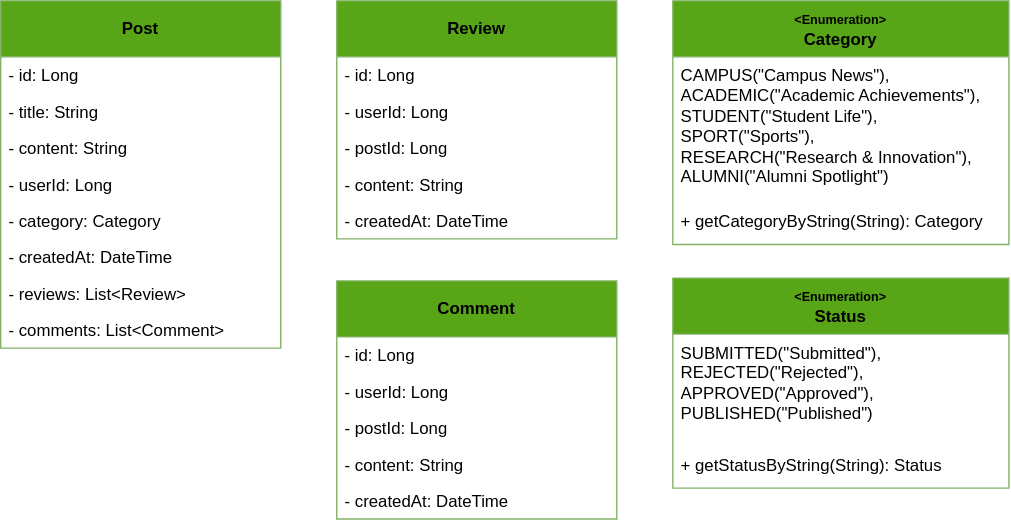
Above: architecture/entities.drawio.svg in pxlit-projects/project-Su-zenGeurtsPXL-1 (draw.io), before the change. Source tidied: cells renumbered, new cells last; positions are measured from the earlier drawing's top-left corner, leaving out a move shared by most shapes.
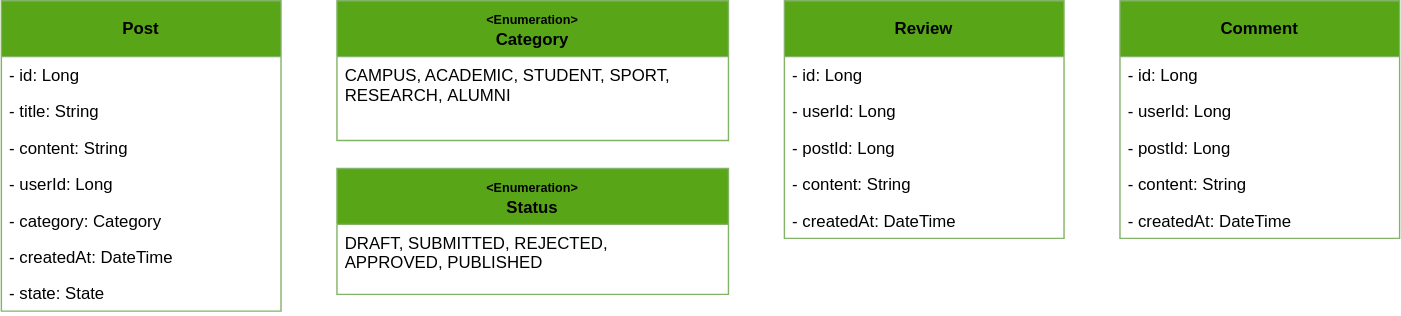
Above is the later version.

Commit message:
[SETUP] #3 Updated entities

What changed in the source:
```diff
@@ -3,7 +3,7 @@
     <mxCell id="0" />
     <mxCell id="1" parent="0" />
     <mxCell id="2" value="&lt;b&gt;Post&lt;/b&gt;" style="swimlane;fontStyle=0;horizontal=1;startSize=40;whiteSpace=wrap;html=1;fillColor=#58a518;strokeColor=#82b366;" parent="1" vertex="1">
-      <mxGeometry width="200" height="248" as="geometry" />
+      <mxGeometry width="200" height="222" as="geometry" />
     </mxCell>
     <mxCell id="3" value="- id: Long" style="text;align=left;verticalAlign=top;spacingLeft=4;spacingRight=4;overflow=hidden;whiteSpace=wrap;html=1;fillColor=none;" parent="2" vertex="1">
       <mxGeometry y="40" width="200" height="26" as="geometry" />
@@ -23,23 +23,17 @@
     <mxCell id="8" value="- createdAt: DateTime" style="text;align=left;verticalAlign=top;spacingLeft=4;spacingRight=4;overflow=hidden;whiteSpace=wrap;html=1;fillColor=none;" parent="2" vertex="1">
       <mxGeometry y="170" width="200" height="26" as="geometry" />
     </mxCell>
-    <mxCell id="9" value="- reviews: List&amp;lt;Review&amp;gt;" style="text;align=left;verticalAlign=top;spacingLeft=4;spacingRight=4;overflow=hidden;whiteSpace=wrap;html=1;fillColor=none;" parent="2" vertex="1">
-      <mxGeometry y="196" width="200" height="26" as="geometry" />
-    </mxCell>
-    <mxCell id="10" value="- comments: List&amp;lt;Comment&amp;gt;" style="text;align=left;verticalAlign=top;spacingLeft=4;spacingRight=4;overflow=hidden;whiteSpace=wrap;html=1;fillColor=none;" parent="2" vertex="1">
-      <mxGeometry y="222" width="200" height="26" as="geometry" />
-    </mxCell>
+    <mxCell id="29" value="- state: State" style="text;align=left;verticalAlign=top;spacingLeft=4;spacingRight=4;overflow=hidden;whiteSpace=wrap;html=1;fillColor=none;" parent="2" vertex="1">
+      <mxGeometry y="196" width="200" height="26" as="geometry" />
+    </mxCell>
     <mxCell id="11" value="&lt;div&gt;&lt;b&gt;&lt;font style=&quot;font-size: 9px;&quot;&gt;&amp;lt;Enumeration&amp;gt;&lt;/font&gt;&lt;/b&gt;&lt;/div&gt;&lt;b&gt;Category&lt;/b&gt;" style="swimlane;fontStyle=0;horizontal=1;startSize=40;whiteSpace=wrap;html=1;fillColor=#58A518;strokeColor=#82b366;" parent="1" vertex="1">
-      <mxGeometry x="480" width="240" height="174" as="geometry" />
+      <mxGeometry x="240" width="280" height="100" as="geometry" />
     </mxCell>
-    <mxCell id="12" value="CAMPUS(&quot;Campus News&quot;), ACADEMIC(&quot;Academic Achievements&quot;),&amp;nbsp;&lt;br&gt;STUDENT(&quot;Student Life&quot;),&lt;br&gt;SPORT(&quot;Sports&quot;),&lt;br&gt;RESEARCH(&quot;Research &amp;amp; Innovation&quot;),&lt;br&gt;&lt;div&gt;ALUMNI(&quot;Alumni Spotlight&quot;)&lt;/div&gt;" style="text;align=left;verticalAlign=top;spacingLeft=4;spacingRight=4;overflow=hidden;whiteSpace=wrap;html=1;fillColor=none;" parent="11" vertex="1">
-      <mxGeometry y="40" width="240" height="104" as="geometry" />
+    <mxCell id="12" value="CAMPUS, ACADEMIC,&amp;nbsp;STUDENT,&amp;nbsp;SPORT,&lt;br&gt;RESEARCH,&amp;nbsp;&lt;span style=&quot;background-color: initial;&quot;&gt;ALUMNI&lt;/span&gt;" style="text;align=left;verticalAlign=top;spacingLeft=4;spacingRight=4;overflow=hidden;whiteSpace=wrap;html=1;fillColor=none;" parent="11" vertex="1">
+      <mxGeometry y="40" width="280" height="60" as="geometry" />
     </mxCell>
-    <mxCell id="13" value="+ getCategoryByString(String): Category" style="text;align=left;verticalAlign=top;spacingLeft=4;spacingRight=4;overflow=hidden;whiteSpace=wrap;html=1;fillColor=none;" parent="11" vertex="1">
-      <mxGeometry y="144" width="240" height="30" as="geometry" />
-    </mxCell>
     <mxCell id="14" value="&lt;b&gt;Review&lt;/b&gt;" style="swimlane;fontStyle=0;horizontal=1;startSize=40;whiteSpace=wrap;html=1;fillColor=#58A518;strokeColor=#82b366;" parent="1" vertex="1">
-      <mxGeometry x="240" width="200" height="170" as="geometry" />
+      <mxGeometry x="560" width="200" height="170" as="geometry" />
     </mxCell>
     <mxCell id="15" value="- id: Long" style="text;align=left;verticalAlign=top;spacingLeft=4;spacingRight=4;overflow=hidden;whiteSpace=wrap;html=1;fillColor=none;" parent="14" vertex="1">
       <mxGeometry y="40" width="200" height="26" as="geometry" />
@@ -57,7 +51,7 @@
       <mxGeometry y="144" width="200" height="26" as="geometry" />
     </mxCell>
     <mxCell id="20" value="&lt;b&gt;Comment&lt;/b&gt;" style="swimlane;fontStyle=0;horizontal=1;startSize=40;whiteSpace=wrap;html=1;fillColor=#58A518;strokeColor=#82b366;" parent="1" vertex="1">
-      <mxGeometry x="240" y="200" width="200" height="170" as="geometry" />
+      <mxGeometry x="800" width="200" height="170" as="geometry" />
     </mxCell>
     <mxCell id="21" value="- id: Long" style="text;align=left;verticalAlign=top;spacingLeft=4;spacingRight=4;overflow=hidden;whiteSpace=wrap;html=1;fillColor=none;" parent="20" vertex="1">
       <mxGeometry y="40" width="200" height="26" as="geometry" />
@@ -75,13 +69,10 @@
       <mxGeometry y="144" width="200" height="26" as="geometry" />
     </mxCell>
     <mxCell id="26" value="&lt;div&gt;&lt;b&gt;&lt;font style=&quot;font-size: 9px;&quot;&gt;&amp;lt;Enumeration&amp;gt;&lt;/font&gt;&lt;/b&gt;&lt;/div&gt;&lt;b&gt;Status&lt;/b&gt;" style="swimlane;fontStyle=0;horizontal=1;startSize=40;whiteSpace=wrap;html=1;fillColor=#58A518;strokeColor=#82b366;" parent="1" vertex="1">
-      <mxGeometry x="480" y="198" width="240" height="150" as="geometry" />
+      <mxGeometry x="240" y="120" width="280" height="90" as="geometry" />
     </mxCell>
-    <mxCell id="27" value="SUBMITTED(&quot;Submitted&quot;),&lt;div&gt;REJECTED(&quot;Rejected&quot;),&lt;br&gt;&lt;div&gt;APPROVED(&quot;Approved&quot;),&lt;/div&gt;&lt;div&gt;PUBLISHED(&quot;Published&quot;)&lt;/div&gt;&lt;/div&gt;" style="text;align=left;verticalAlign=top;spacingLeft=4;spacingRight=4;overflow=hidden;whiteSpace=wrap;html=1;fillColor=none;" parent="26" vertex="1">
-      <mxGeometry y="40" width="240" height="80" as="geometry" />
+    <mxCell id="27" value="DRAFT, SUBMITTED,&amp;nbsp;&lt;span style=&quot;background-color: initial;&quot;&gt;REJECTED,&amp;nbsp;&lt;/span&gt;&lt;div&gt;&lt;span style=&quot;background-color: initial;&quot;&gt;APPROVED,&amp;nbsp;&lt;/span&gt;&lt;span style=&quot;background-color: initial;&quot;&gt;PUBLISHED&lt;/span&gt;&lt;/div&gt;" style="text;align=left;verticalAlign=top;spacingLeft=4;spacingRight=4;overflow=hidden;whiteSpace=wrap;html=1;fillColor=none;" parent="26" vertex="1">
+      <mxGeometry y="40" width="280" height="50" as="geometry" />
     </mxCell>
-    <mxCell id="28" value="+ getStatusByString(String): Status" style="text;align=left;verticalAlign=top;spacingLeft=4;spacingRight=4;overflow=hidden;whiteSpace=wrap;html=1;fillColor=none;" parent="26" vertex="1">
-      <mxGeometry y="120" width="240" height="30" as="geometry" />
-    </mxCell>
   </root>
 </mxGraphModel>
```
